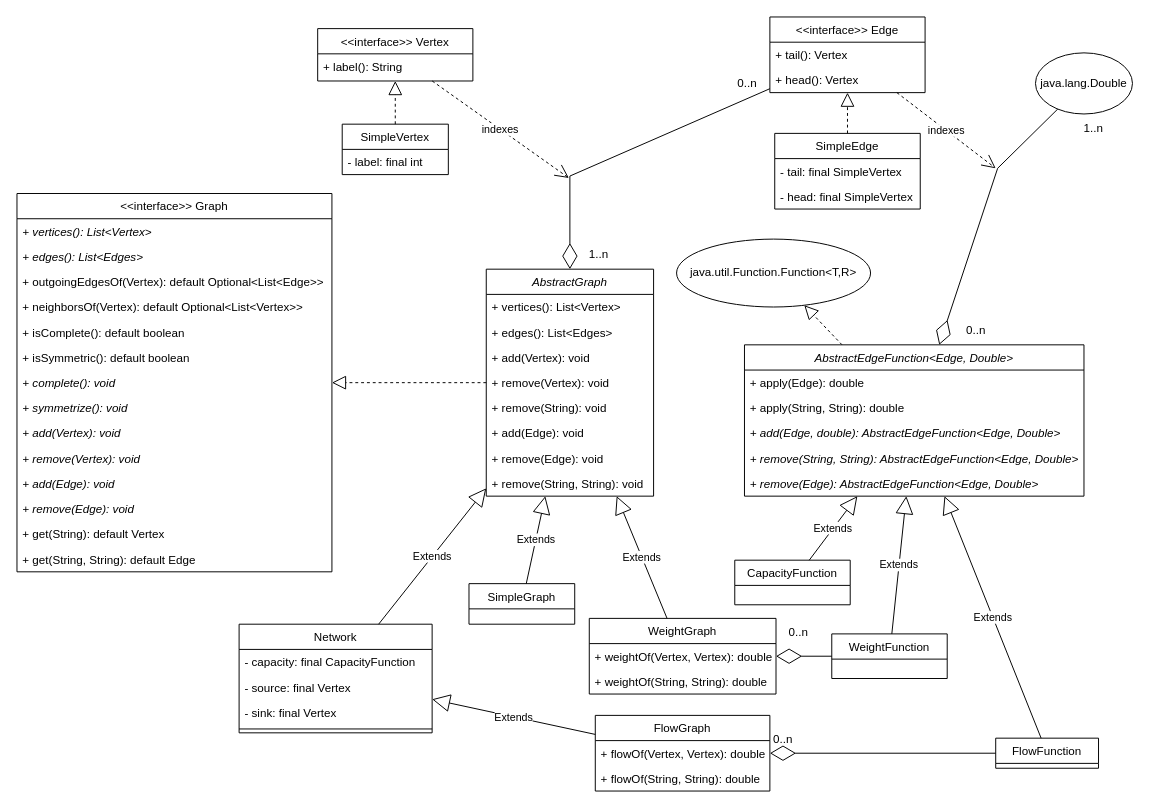
Before: docs/graph.drawio in mgmu/jraf, a draw.io diagram. Source tidied: cells renumbered, new cells numbered last; positions are measured from the earlier drawing's top-left corner, leaving out a move shared by most shapes. Both pictures are drawn from the tidied source at 97%, with x=0, y=0 at pixel (16, 16).
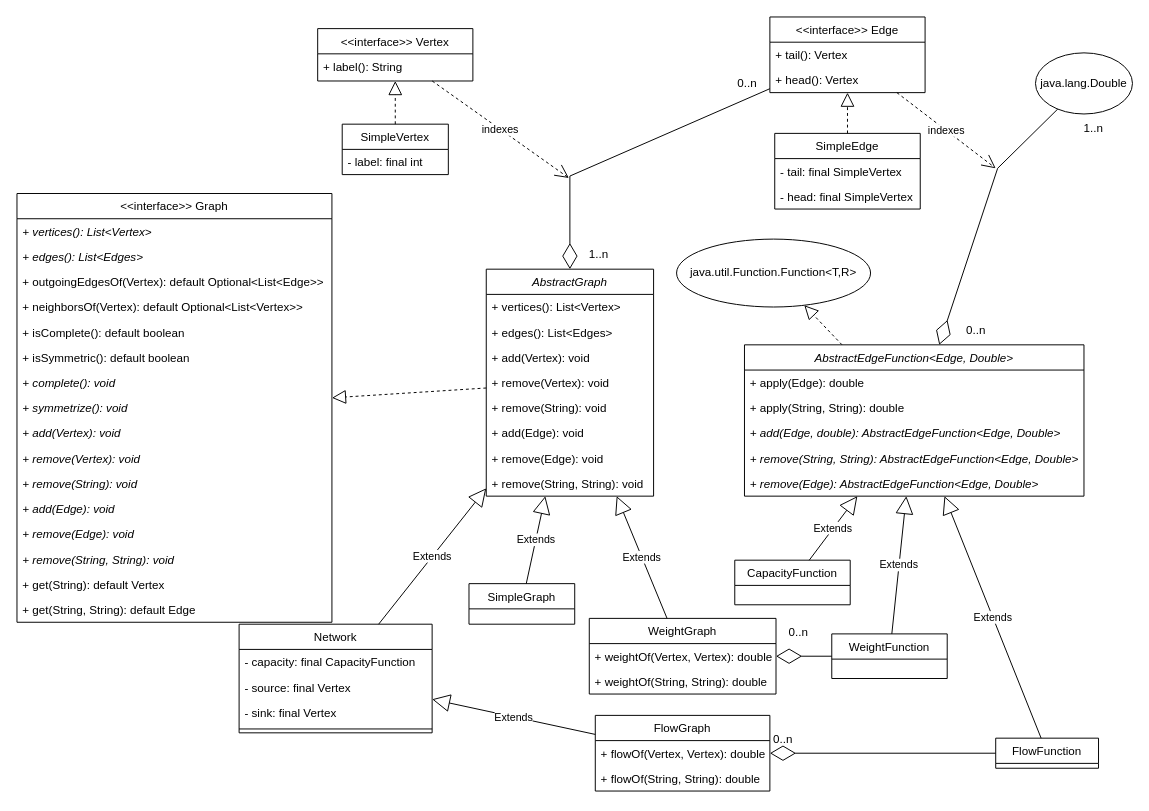
The same diagram, later.

Commit message:
Updated graph type

The change refers to these unchanged cells:
```xml
<mxCell id="58" value="AbstractGraph" style="swimlane;fontStyle=2;align=center;verticalAlign=top;horizontal=1;startSize=26;rounded=0;shadow=0;strokeWidth=1;" parent="1" vertex="1">
  <mxGeometry x="483.8" y="260" width="172.5" height="234" as="geometry" />
</mxCell>
```

Change to the diagram source:
```diff
@@
     <mxCell id="8" value="&lt;&lt;interface&gt;&gt; Graph" style="swimlane;fontStyle=0;align=center;verticalAlign=top;horizontal=1;startSize=26;rounded=0;shadow=0;strokeWidth=1;" parent="1" vertex="1">
-      <mxGeometry y="182" width="324.7" height="390" as="geometry" />
+      <mxGeometry y="182" width="324.7" height="442" as="geometry" />
     </mxCell>
@@
+    <mxCell id="63" value="+ remove(String): void" style="text;strokeColor=none;fillColor=none;align=left;verticalAlign=top;spacingLeft=4;spacingRight=4;overflow=hidden;fontStyle=2;" parent="8" vertex="1">
+      <mxGeometry y="286" width="324.7" height="26" as="geometry" />
+    </mxCell>
     <mxCell id="19" value="+ add(Edge): void" style="text;strokeColor=none;fillColor=none;align=left;verticalAlign=top;spacingLeft=4;spacingRight=4;overflow=hidden;fontStyle=2;" parent="8" vertex="1">
-      <mxGeometry y="286" width="324.7" height="26" as="geometry" />
+      <mxGeometry y="312" width="324.7" height="26" as="geometry" />
     </mxCell>
     <mxCell id="20" value="+ remove(Edge): void" style="text;strokeColor=none;fillColor=none;align=left;verticalAlign=top;spacingLeft=4;spacingRight=4;overflow=hidden;fontStyle=2;" parent="8" vertex="1">
-      <mxGeometry y="312" width="324.7" height="26" as="geometry" />
+      <mxGeometry y="338" width="324.7" height="26" as="geometry" />
     </mxCell>
+    <mxCell id="82" value="+ remove(String, String): void" style="text;strokeColor=none;fillColor=none;align=left;verticalAlign=top;spacingLeft=4;spacingRight=4;overflow=hidden;fontStyle=2;" parent="8" vertex="1">
+      <mxGeometry y="364" width="324.7" height="26" as="geometry" />
+    </mxCell>
     <mxCell id="21" value="+ get(String): default Vertex" style="text;strokeColor=none;fillColor=none;align=left;verticalAlign=top;spacingLeft=4;spacingRight=4;overflow=hidden;" parent="8" vertex="1">
-      <mxGeometry y="338" width="324.7" height="26" as="geometry" />
+      <mxGeometry y="390" width="324.7" height="26" as="geometry" />
     </mxCell>
     <mxCell id="22" value="+ get(String, String): default Edge" style="text;strokeColor=none;fillColor=none;align=left;verticalAlign=top;spacingLeft=4;spacingRight=4;overflow=hidden;" parent="8" vertex="1">
-      <mxGeometry y="364" width="324.7" height="26" as="geometry" />
+      <mxGeometry y="416" width="324.7" height="26" as="geometry" />
     </mxCell>
@@
-    <mxCell id="63" value="+ remove(String): void" style="text;strokeColor=none;fillColor=none;align=left;verticalAlign=top;spacingLeft=4;spacingRight=4;overflow=hidden;" parent="58" vertex="1">
-      <mxGeometry y="130" width="172.5" height="26" as="geometry" />
-    </mxCell>
+    <mxCell id="83" value="+ remove(String): void" style="text;strokeColor=none;fillColor=none;align=left;verticalAlign=top;spacingLeft=4;spacingRight=4;overflow=hidden;fontStyle=0;" parent="58" vertex="1">
+      <mxGeometry y="130" width="172.5" height="26" as="geometry" />
+    </mxCell>
```
